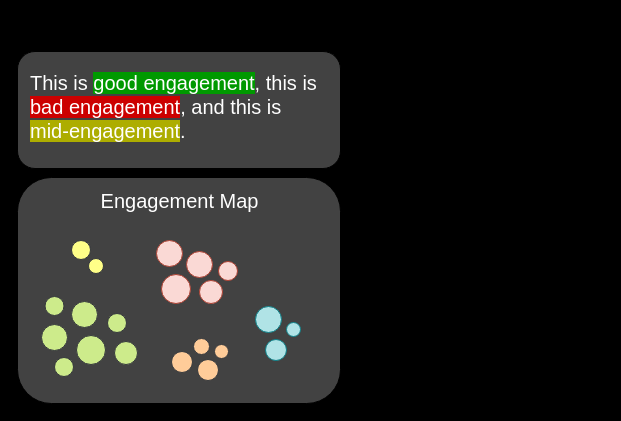
This is product/V.0.1/Wireframe.drawio from SocialQu/Branding, a draw.io file, before an edit. Source tidied: cells renumbered, new cells numbered last; positions are measured from the earlier drawing's top-left corner, leaving out a move shared by most shapes. Both pictures are drawn from the tidied source at 100%, with x=0, y=0 at pixel (17, 51).
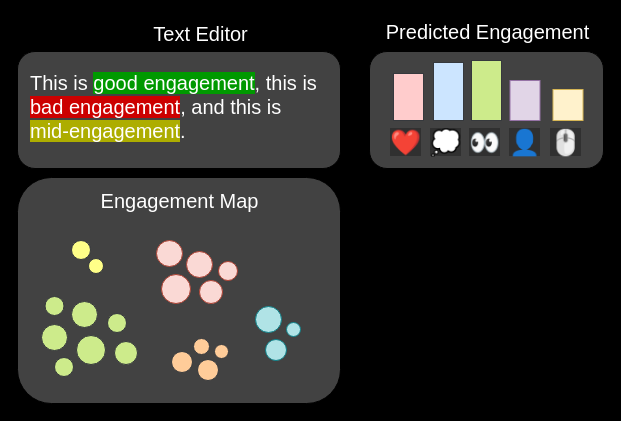
After the change.

Commit message:
Predict engagement wireframed.

Diff of the diagram source:
```diff
@@
+    <mxCell id="27" style="rounded=1;whiteSpace=wrap;html=1;fillColor=#424242;" parent="1" vertex="1">
+      <mxGeometry x="352" width="234" height="117" as="geometry" />
+    </mxCell>
+    <mxCell id="28" value="&lt;span style=&quot;color: rgb(255, 255, 255); font-family: helvetica; font-size: 25px; font-style: normal; font-weight: 400; letter-spacing: normal; text-align: center; text-indent: 0px; text-transform: none; word-spacing: 0px; background-color: rgb(48, 48, 48); display: inline; float: none;&quot;&gt;❤️&lt;/span&gt;" style="text;whiteSpace=wrap;html=1;fontSize=20;fontColor=#660066;" parent="1" vertex="1">
+      <mxGeometry x="371" y="69" width="40" height="40" as="geometry" />
+    </mxCell>
+    <mxCell id="29" value="&lt;span style=&quot;color: rgb(255, 255, 255); font-family: helvetica; font-size: 25px; font-style: normal; font-weight: 400; letter-spacing: normal; text-align: center; text-indent: 0px; text-transform: none; word-spacing: 0px; background-color: rgb(48, 48, 48); display: inline; float: none;&quot;&gt;💭&lt;/span&gt;" style="text;whiteSpace=wrap;html=1;fontSize=20;fontColor=#660066;" parent="1" vertex="1">
+      <mxGeometry x="411" y="69" width="35" height="40" as="geometry" />
+    </mxCell>
+    <mxCell id="30" value="&lt;span style=&quot;color: rgb(255, 255, 255); font-family: helvetica; font-size: 25px; font-style: normal; font-weight: 400; letter-spacing: normal; text-align: center; text-indent: 0px; text-transform: none; word-spacing: 0px; background-color: rgb(48, 48, 48); display: inline; float: none;&quot;&gt;👤&lt;/span&gt;" style="text;whiteSpace=wrap;html=1;fontSize=20;fontColor=#660066;" parent="1" vertex="1">
+      <mxGeometry x="490" y="69" width="35" height="40" as="geometry" />
+    </mxCell>
+    <mxCell id="31" value="&lt;span style=&quot;color: rgb(255, 255, 255); font-family: helvetica; font-size: 25px; font-style: normal; font-weight: 400; letter-spacing: normal; text-align: center; text-indent: 0px; text-transform: none; word-spacing: 0px; background-color: rgb(48, 48, 48); display: inline; float: none;&quot;&gt;👀&lt;/span&gt;" style="text;whiteSpace=wrap;html=1;fontSize=20;fontColor=#660066;" parent="1" vertex="1">
+      <mxGeometry x="450" y="69" width="38" height="40" as="geometry" />
+    </mxCell>
+    <mxCell id="32" value="&lt;span style=&quot;color: rgb(255, 255, 255); font-family: helvetica; font-size: 25px; font-style: normal; font-weight: 400; letter-spacing: normal; text-align: center; text-indent: 0px; text-transform: none; word-spacing: 0px; background-color: rgb(48, 48, 48); display: inline; float: none;&quot;&gt;🖱️&lt;/span&gt;" style="text;whiteSpace=wrap;html=1;fontSize=20;fontColor=#660066;" parent="1" vertex="1">
+      <mxGeometry x="531" y="69" width="39" height="40" as="geometry" />
+    </mxCell>
+    <mxCell id="33" style="rounded=0;whiteSpace=wrap;html=1;labelBackgroundColor=#000000;fontSize=20;fillColor=#cdeb8b;strokeColor=#36393d;" parent="1" vertex="1">
+      <mxGeometry x="454" y="9" width="30" height="60" as="geometry" />
+    </mxCell>
+    <mxCell id="34" style="rounded=0;whiteSpace=wrap;html=1;labelBackgroundColor=#000000;fontSize=20;fillColor=#ffcccc;strokeColor=#36393d;" parent="1" vertex="1">
+      <mxGeometry x="376" y="22" width="30" height="47" as="geometry" />
+    </mxCell>
+    <mxCell id="35" style="rounded=0;whiteSpace=wrap;html=1;labelBackgroundColor=#000000;fontSize=20;fillColor=#e1d5e7;strokeColor=#9673a6;" parent="1" vertex="1">
+      <mxGeometry x="492.5" y="29" width="30" height="40" as="geometry" />
+    </mxCell>
+    <mxCell id="36" style="rounded=0;whiteSpace=wrap;html=1;labelBackgroundColor=#000000;fontSize=20;fillColor=#cce5ff;strokeColor=#36393d;" parent="1" vertex="1">
+      <mxGeometry x="416" y="11" width="30" height="58" as="geometry" />
+    </mxCell>
+    <mxCell id="37" style="rounded=0;whiteSpace=wrap;html=1;labelBackgroundColor=#000000;fontSize=20;fillColor=#fff2cc;strokeColor=#d6b656;" parent="1" vertex="1">
+      <mxGeometry x="535.5" y="38" width="30" height="31" as="geometry" />
+    </mxCell>
+    <mxCell id="38" value="Predicted Engagement" style="text;html=1;align=center;verticalAlign=middle;strokeColor=none;fillColor=none;fontSize=20;fontColor=#FFFFFF;" parent="1" vertex="1">
+      <mxGeometry x="363" y="-34" width="213" height="28" as="geometry" />
+    </mxCell>
+    <mxCell id="39" value="Text Editor" style="text;html=1;align=center;verticalAlign=middle;strokeColor=none;fillColor=none;fontSize=20;fontColor=#FFFFFF;" parent="1" vertex="1">
+      <mxGeometry x="130.5" y="-32" width="104" height="28" as="geometry" />
+    </mxCell>
```
